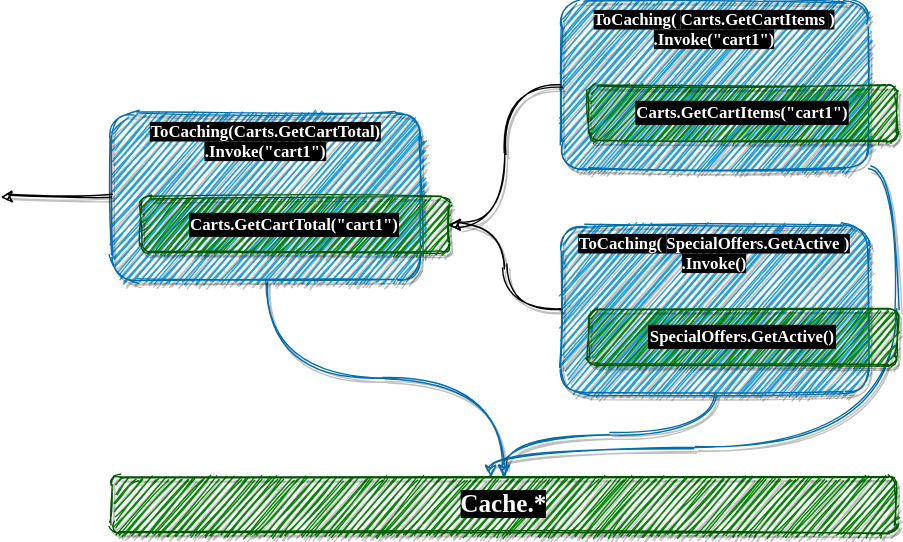
Earlier version of the draw.io export Slides/Fusion_v2/diagrams/caching-decorator/2.dio.svg (alexyakunin/Stl.Fusion.Materials). Source tidied: cells renumbered, new cells last; positions are measured from the earlier drawing's top-left corner, leaving out a move shared by most shapes.
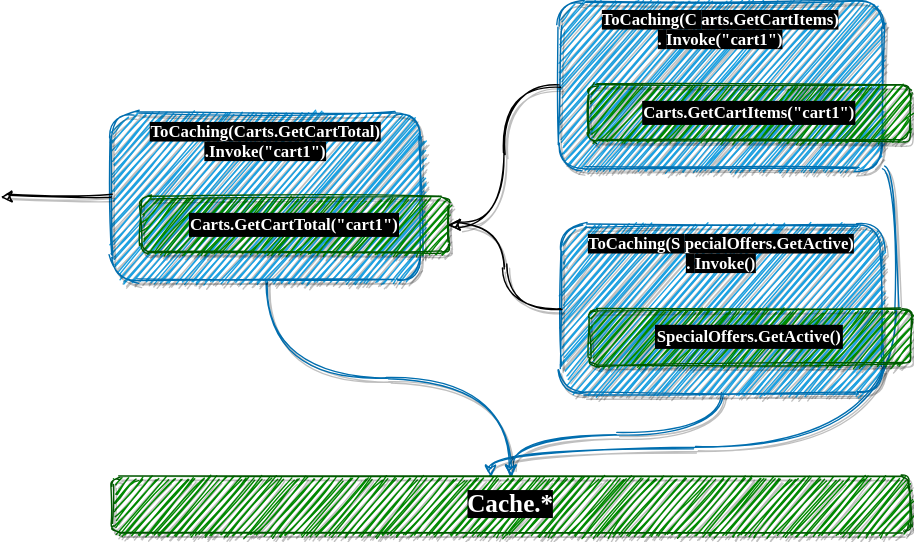
Later version of the same file.

Change to the diagram source:
```diff
@@ -5,8 +5,8 @@
     <mxCell id="2" style="edgeStyle=orthogonalEdgeStyle;curved=1;sketch=1;jettySize=auto;html=1;exitX=0.5;exitY=1;exitDx=0;exitDy=0;entryX=0.5;entryY=0;entryDx=0;entryDy=0;shadow=1;startArrow=none;startFill=0;fillColor=#1ba1e2;strokeColor=#006EAF;" parent="1" edge="1" source="3" target="14">
       <mxGeometry relative="1" as="geometry" />
     </mxCell>
-    <mxCell id="3" value="&lt;span style=&quot;font-family: &amp;#34;comic sans ms&amp;#34; ; font-weight: 700 ; background-color: rgb(0 , 0 , 0)&quot;&gt;ToCaching(&lt;/span&gt;&lt;span style=&quot;font-family: &amp;#34;comic sans ms&amp;#34; ; font-weight: 700 ; background-color: rgb(0 , 0 , 0)&quot;&gt;SpecialOffers.GetActive&lt;/span&gt;&lt;span style=&quot;font-family: &amp;#34;comic sans ms&amp;#34; ; font-weight: 700 ; background-color: rgb(0 , 0 , 0)&quot;&gt;)&lt;br&gt;.Invoke()&lt;/span&gt;" style="whiteSpace=wrap;html=1;sketch=1;rounded=1;fillColor=#1ba1e2;strokeColor=#006EAF;fontColor=#ffffff;shadow=1;verticalAlign=top;" parent="1" vertex="1">
-      <mxGeometry x="400" y="160" width="220" height="120" as="geometry" />
+    <mxCell id="3" value="&lt;span style=&quot;font-family: &amp;#34;comic sans ms&amp;#34; ; font-weight: 700 ; background-color: rgb(0 , 0 , 0)&quot;&gt;ToCaching(S&lt;/span&gt;&lt;span style=&quot;font-family: &amp;#34;comic sans ms&amp;#34; ; font-weight: 700 ; background-color: rgb(0 , 0 , 0)&quot;&gt;pecialOffers.GetActive)&lt;br&gt;.&lt;/span&gt;&lt;span style=&quot;font-family: &amp;#34;comic sans ms&amp;#34; ; font-weight: 700 ; background-color: rgb(0 , 0 , 0)&quot;&gt;Invoke()&lt;/span&gt;" style="whiteSpace=wrap;html=1;sketch=1;rounded=1;fillColor=#1ba1e2;strokeColor=#006EAF;fontColor=#ffffff;shadow=1;verticalAlign=top;" parent="1" vertex="1">
+      <mxGeometry x="400" y="160" width="230" height="120" as="geometry" />
     </mxCell>
     <mxCell id="4" style="edgeStyle=orthogonalEdgeStyle;curved=1;sketch=1;jettySize=auto;html=1;exitX=1;exitY=1;exitDx=0;exitDy=0;shadow=1;startArrow=none;startFill=0;fillColor=#1ba1e2;strokeColor=#006EAF;" parent="1" edge="1" source="5">
       <mxGeometry relative="1" as="geometry">
@@ -18,8 +18,8 @@
         </Array>
       </mxGeometry>
     </mxCell>
-    <mxCell id="5" value="&lt;span style=&quot;font-family: &amp;#34;comic sans ms&amp;#34; ; font-weight: 700 ; background-color: rgb(0 , 0 , 0)&quot;&gt;ToCaching(&lt;/span&gt;&lt;span style=&quot;font-family: &amp;#34;comic sans ms&amp;#34; ; font-weight: 700 ; background-color: rgb(0 , 0 , 0)&quot;&gt;Carts.GetCartItems&lt;/span&gt;&lt;span style=&quot;font-family: &amp;#34;comic sans ms&amp;#34; ; font-weight: 700 ; background-color: rgb(0 , 0 , 0)&quot;&gt;)&lt;br&gt;.Invoke(&quot;cart1&quot;)&lt;/span&gt;" style="whiteSpace=wrap;html=1;sketch=1;rounded=1;fillColor=#1ba1e2;strokeColor=#006EAF;fontColor=#ffffff;shadow=1;verticalAlign=top;" parent="1" vertex="1">
-      <mxGeometry x="400" width="220" height="120" as="geometry" />
+    <mxCell id="5" value="&lt;span style=&quot;font-family: &amp;#34;comic sans ms&amp;#34; ; font-weight: 700 ; background-color: rgb(0 , 0 , 0)&quot;&gt;ToCaching(C&lt;/span&gt;&lt;span style=&quot;font-family: &amp;#34;comic sans ms&amp;#34; ; font-weight: 700 ; background-color: rgb(0 , 0 , 0)&quot;&gt;arts.GetCartItems)&lt;br&gt;.&lt;/span&gt;&lt;span style=&quot;font-family: &amp;#34;comic sans ms&amp;#34; ; font-weight: 700 ; background-color: rgb(0 , 0 , 0)&quot;&gt;Invoke(&quot;cart1&quot;)&lt;/span&gt;" style="whiteSpace=wrap;html=1;sketch=1;rounded=1;fillColor=#1ba1e2;strokeColor=#006EAF;fontColor=#ffffff;shadow=1;verticalAlign=top;" parent="1" vertex="1">
+      <mxGeometry x="399" width="231" height="120" as="geometry" />
     </mxCell>
     <mxCell id="6" style="edgeStyle=orthogonalEdgeStyle;curved=1;sketch=1;jettySize=auto;html=1;exitX=0.5;exitY=1;exitDx=0;exitDy=0;entryX=0.5;entryY=0;entryDx=0;entryDy=0;shadow=1;startArrow=none;startFill=0;fillColor=#1ba1e2;strokeColor=#006EAF;" parent="1" edge="1" source="7" target="14">
       <mxGeometry relative="1" as="geometry" />
@@ -39,16 +39,16 @@
       <mxGeometry relative="1" as="geometry" />
     </mxCell>
     <mxCell id="11" value="Carts.GetCartItems(&quot;cart1&quot;)" style="whiteSpace=wrap;html=1;fillColor=#008a00;strokeColor=#005700;fontColor=#ffffff;fontFamily=Comic Sans MS;fontStyle=1;labelBackgroundColor=#000000;labelBorderColor=#000000;strokeWidth=1;perimeterSpacing=0;shadow=1;glass=0;sketch=1;rounded=1;" parent="1" vertex="1">
-      <mxGeometry x="420" y="60" width="220" height="40" as="geometry" />
+      <mxGeometry x="420" y="60" width="230" height="40" as="geometry" />
     </mxCell>
     <mxCell id="12" style="edgeStyle=orthogonalEdgeStyle;jettySize=auto;html=1;exitX=0;exitY=0.5;exitDx=0;exitDy=0;entryX=1;entryY=0.5;entryDx=0;entryDy=0;sketch=1;curved=1;shadow=1;" parent="1" edge="1" source="3" target="9">
       <mxGeometry relative="1" as="geometry" />
     </mxCell>
     <mxCell id="13" value="SpecialOffers.GetActive()" style="whiteSpace=wrap;html=1;fillColor=#008a00;strokeColor=#005700;fontColor=#ffffff;fontFamily=Comic Sans MS;fontStyle=1;labelBackgroundColor=#000000;labelBorderColor=#000000;strokeWidth=1;perimeterSpacing=0;shadow=1;glass=0;sketch=1;rounded=1;" parent="1" vertex="1">
-      <mxGeometry x="420" y="220" width="220" height="40" as="geometry" />
+      <mxGeometry x="420" y="220" width="230" height="40" as="geometry" />
     </mxCell>
     <mxCell id="14" value="&lt;h2&gt;&lt;font face=&quot;comic sans ms&quot;&gt;&lt;span style=&quot;background-color: rgb(0 , 0 , 0)&quot;&gt;&lt;b&gt;Cache.*&lt;/b&gt;&lt;/span&gt;&lt;/font&gt;&lt;/h2&gt;" style="whiteSpace=wrap;html=1;sketch=1;rounded=1;fillColor=#008a00;strokeColor=#005700;fontColor=#ffffff;shadow=1;verticalAlign=middle;" parent="1" vertex="1">
-      <mxGeometry x="79" y="340" width="561" height="40" as="geometry" />
+      <mxGeometry x="79" y="340" width="571" height="40" as="geometry" />
     </mxCell>
   </root>
 </mxGraphModel>
```
